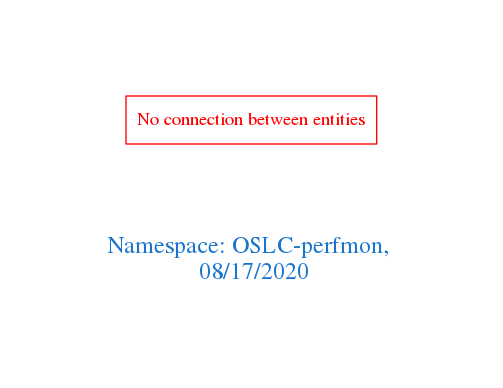
arago/OGIT keeps this Graphviz diagram as downloads/OSLC-perfmon.png. Above is the earlier version. Its source is kept beside it as downloads/OSLC-perfmon.dot.
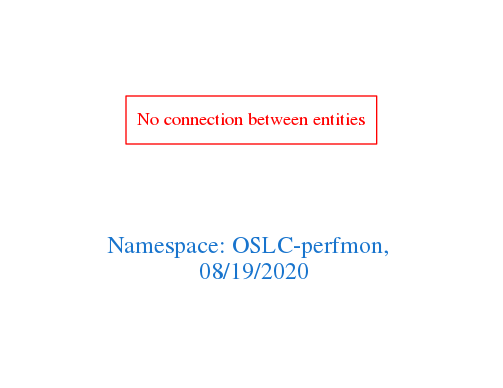
After the commit.

Diff of the diagram source:
```diff
@@ -1,7 +1,7 @@
 digraph OGIT_ontology {
  graph [ rankdir= LR,pad=1
 fontsize = 18,
-fontcolor= dodgerblue3,label = "\n\n\nNamespace: OSLC-perfmon, \n 08/17/2020"];
+fontcolor= dodgerblue3,label = "\n\n\nNamespace: OSLC-perfmon, \n 08/19/2020"];
 node[shape=polygon];
 edge [  color="gray81"];
 
```
